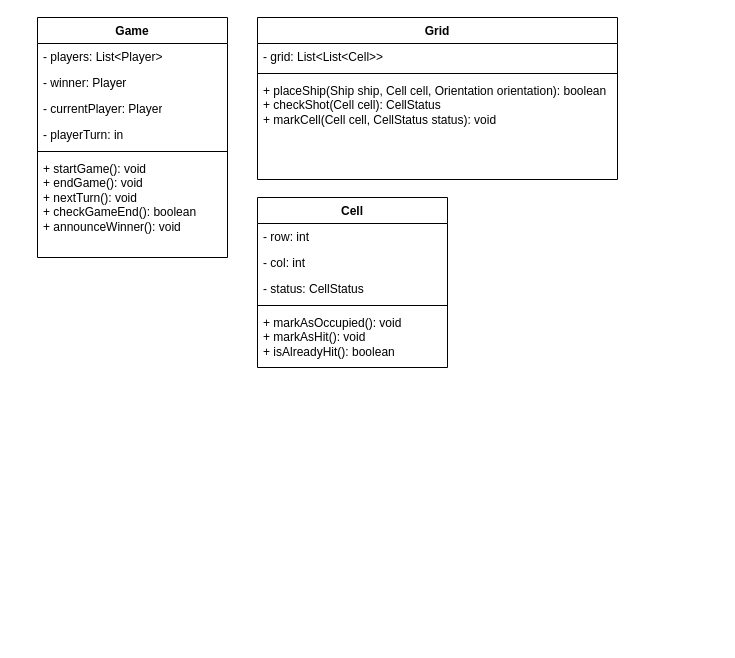
Above: Battleship-game.drawio in geeky-sanjay/Schema (draw.io), before the change. Source tidied: cells renumbered, new cells numbered last; positions are measured from the earlier drawing's top-left corner, leaving out a move shared by most shapes. Both pictures are drawn from the tidied source at 100%, with x=0, y=0 at pixel (37, 17).
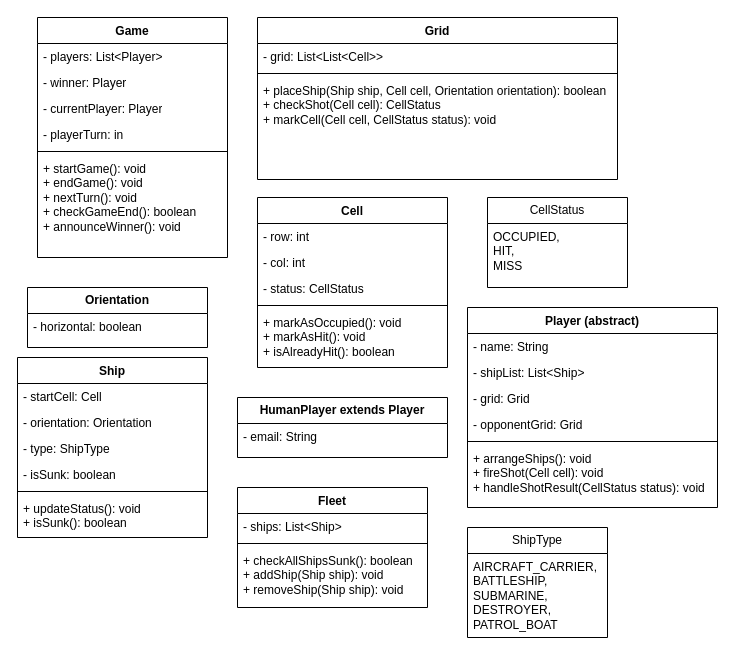
Above is the later version.

Diff of the diagram source:
```diff
@@
+    <mxCell id="19" value="CellStatus" style="swimlane;fontStyle=0;horizontal=1;startSize=26;fillColor=none;whiteSpace=wrap;html=1;" parent="1" vertex="1">
+      <mxGeometry x="450" y="180" width="140" height="90" as="geometry" />
+    </mxCell>
+    <mxCell id="20" value="OCCUPIED,&amp;nbsp;&lt;div&gt;HIT,&amp;nbsp;&lt;/div&gt;&lt;div&gt;MISS&lt;/div&gt;" style="text;strokeColor=none;fillColor=none;align=left;verticalAlign=top;spacingLeft=4;spacingRight=4;overflow=hidden;whiteSpace=wrap;html=1;" parent="19" vertex="1">
+      <mxGeometry y="26" width="140" height="64" as="geometry" />
+    </mxCell>
+    <mxCell id="21" value="Player (abstract)" style="swimlane;fontStyle=1;align=center;verticalAlign=top;horizontal=1;startSize=26;whiteSpace=wrap;html=1;" parent="1" vertex="1">
+      <mxGeometry x="430" y="290" width="250" height="200" as="geometry" />
+    </mxCell>
+    <mxCell id="22" value="- name: String" style="text;strokeColor=none;fillColor=none;align=left;verticalAlign=top;spacingLeft=4;spacingRight=4;overflow=hidden;whiteSpace=wrap;html=1;" parent="21" vertex="1">
+      <mxGeometry y="26" width="250" height="26" as="geometry" />
+    </mxCell>
+    <mxCell id="23" value="- shipList: List&amp;lt;Ship&amp;gt;" style="text;strokeColor=none;fillColor=none;align=left;verticalAlign=top;spacingLeft=4;spacingRight=4;overflow=hidden;whiteSpace=wrap;html=1;" parent="21" vertex="1">
+      <mxGeometry y="52" width="250" height="26" as="geometry" />
+    </mxCell>
+    <mxCell id="24" value="- grid: Grid" style="text;strokeColor=none;fillColor=none;align=left;verticalAlign=top;spacingLeft=4;spacingRight=4;overflow=hidden;whiteSpace=wrap;html=1;" parent="21" vertex="1">
+      <mxGeometry y="78" width="250" height="26" as="geometry" />
+    </mxCell>
+    <mxCell id="25" value="- opponentGrid: Grid" style="text;strokeColor=none;fillColor=none;align=left;verticalAlign=top;spacingLeft=4;spacingRight=4;overflow=hidden;whiteSpace=wrap;html=1;" parent="21" vertex="1">
+      <mxGeometry y="104" width="250" height="26" as="geometry" />
+    </mxCell>
+    <mxCell id="26" style="line;strokeWidth=1;fillColor=none;align=left;verticalAlign=middle;spacingTop=-1;spacingLeft=3;spacingRight=3;labelPosition=right;strokeColor=inherit;" parent="21" vertex="1">
+      <mxGeometry y="130" width="250" height="8" as="geometry" />
+    </mxCell>
+    <mxCell id="27" value="&lt;div&gt;&lt;span style=&quot;font-size: 12px;&quot;&gt;+ arrangeShips(): void&lt;/span&gt;&lt;/div&gt;&lt;div&gt;&lt;span style=&quot;font-size: 12px;&quot;&gt;+ fireShot(Cell cell): void&lt;/span&gt;&lt;/div&gt;&lt;div&gt;&lt;span style=&quot;font-size: 12px;&quot;&gt;+ handleShotResult(CellStatus status): void&lt;/span&gt;&lt;/div&gt;" style="text;strokeColor=none;fillColor=none;align=left;verticalAlign=top;spacingLeft=4;spacingRight=4;overflow=hidden;whiteSpace=wrap;html=1;" parent="21" vertex="1">
+      <mxGeometry y="138" width="250" height="62" as="geometry" />
+    </mxCell>
+    <mxCell id="28" value="&lt;b&gt;HumanPlayer extends Player&lt;/b&gt;" style="swimlane;fontStyle=0;horizontal=1;startSize=26;fillColor=none;whiteSpace=wrap;html=1;" parent="1" vertex="1">
+      <mxGeometry x="200" y="380" width="210" height="60" as="geometry" />
+    </mxCell>
+    <mxCell id="29" value="&lt;span style=&quot;font-size: 12px;&quot;&gt;- email: String&lt;/span&gt;" style="text;strokeColor=none;fillColor=none;align=left;verticalAlign=top;spacingLeft=4;spacingRight=4;overflow=hidden;whiteSpace=wrap;html=1;" parent="28" vertex="1">
+      <mxGeometry y="26" width="210" height="34" as="geometry" />
+    </mxCell>
+    <mxCell id="30" value="&lt;span style=&quot;font-size: 12px;&quot;&gt;&lt;b&gt;Orientation&lt;/b&gt;&lt;/span&gt;" style="swimlane;fontStyle=0;horizontal=1;startSize=26;fillColor=none;whiteSpace=wrap;html=1;" parent="1" vertex="1">
+      <mxGeometry x="-10" y="270" width="180" height="60" as="geometry" />
+    </mxCell>
+    <mxCell id="31" value="&lt;span style=&quot;font-size: 12px;&quot;&gt;- horizontal: boolean&lt;/span&gt;" style="text;strokeColor=none;fillColor=none;align=left;verticalAlign=top;spacingLeft=4;spacingRight=4;overflow=hidden;whiteSpace=wrap;html=1;" parent="30" vertex="1">
+      <mxGeometry y="26" width="180" height="34" as="geometry" />
+    </mxCell>
+    <mxCell id="32" value="Ship" style="swimlane;fontStyle=1;align=center;verticalAlign=top;horizontal=1;startSize=26;whiteSpace=wrap;html=1;" parent="1" vertex="1">
+      <mxGeometry x="-20" y="340" width="190" height="180" as="geometry" />
+    </mxCell>
+    <mxCell id="33" value="- startCell: Cell" style="text;strokeColor=none;fillColor=none;align=left;verticalAlign=top;spacingLeft=4;spacingRight=4;overflow=hidden;whiteSpace=wrap;html=1;" parent="32" vertex="1">
+      <mxGeometry y="26" width="190" height="26" as="geometry" />
+    </mxCell>
+    <mxCell id="34" value="- orientation: Orientation" style="text;strokeColor=none;fillColor=none;align=left;verticalAlign=top;spacingLeft=4;spacingRight=4;overflow=hidden;whiteSpace=wrap;html=1;" parent="32" vertex="1">
+      <mxGeometry y="52" width="190" height="26" as="geometry" />
+    </mxCell>
+    <mxCell id="35" value="- type: ShipType" style="text;strokeColor=none;fillColor=none;align=left;verticalAlign=top;spacingLeft=4;spacingRight=4;overflow=hidden;whiteSpace=wrap;html=1;" parent="32" vertex="1">
+      <mxGeometry y="78" width="190" height="26" as="geometry" />
+    </mxCell>
+    <mxCell id="36" value="- isSunk: boolean" style="text;strokeColor=none;fillColor=none;align=left;verticalAlign=top;spacingLeft=4;spacingRight=4;overflow=hidden;whiteSpace=wrap;html=1;" parent="32" vertex="1">
+      <mxGeometry y="104" width="190" height="26" as="geometry" />
+    </mxCell>
+    <mxCell id="37" style="line;strokeWidth=1;fillColor=none;align=left;verticalAlign=middle;spacingTop=-1;spacingLeft=3;spacingRight=3;labelPosition=right;strokeColor=inherit;" parent="32" vertex="1">
+      <mxGeometry y="130" width="190" height="8" as="geometry" />
+    </mxCell>
+    <mxCell id="38" value="&lt;div&gt;&lt;span style=&quot;font-size: 12px;&quot;&gt;+ updateStatus(): void&lt;/span&gt;&lt;/div&gt;&lt;div&gt;&lt;span style=&quot;font-size: 12px;&quot;&gt;+ isSunk(): boolean&lt;/span&gt;&lt;/div&gt;" style="text;strokeColor=none;fillColor=none;align=left;verticalAlign=top;spacingLeft=4;spacingRight=4;overflow=hidden;whiteSpace=wrap;html=1;" parent="32" vertex="1">
+      <mxGeometry y="138" width="190" height="42" as="geometry" />
+    </mxCell>
+    <mxCell id="39" value="Fleet" style="swimlane;fontStyle=1;align=center;verticalAlign=top;horizontal=1;startSize=26;whiteSpace=wrap;html=1;" parent="1" vertex="1">
+      <mxGeometry x="200" y="470" width="190" height="120" as="geometry" />
+    </mxCell>
+    <mxCell id="40" value="- ships: List&amp;lt;Ship&amp;gt;" style="text;strokeColor=none;fillColor=none;align=left;verticalAlign=top;spacingLeft=4;spacingRight=4;overflow=hidden;whiteSpace=wrap;html=1;" parent="39" vertex="1">
+      <mxGeometry y="26" width="190" height="26" as="geometry" />
+    </mxCell>
+    <mxCell id="41" style="line;strokeWidth=1;fillColor=none;align=left;verticalAlign=middle;spacingTop=-1;spacingLeft=3;spacingRight=3;labelPosition=right;strokeColor=inherit;" parent="39" vertex="1">
+      <mxGeometry y="52" width="190" height="8" as="geometry" />
+    </mxCell>
+    <mxCell id="42" value="&lt;div&gt;&lt;span style=&quot;font-size: 12px;&quot;&gt;+ checkAllShipsSunk(): boolean&lt;/span&gt;&lt;/div&gt;&lt;div&gt;&lt;span style=&quot;font-size: 12px;&quot;&gt;+ addShip(Ship ship): void&lt;/span&gt;&lt;/div&gt;&lt;div&gt;&lt;span style=&quot;font-size: 12px;&quot;&gt;+ removeShip(Ship ship): void&lt;/span&gt;&lt;/div&gt;" style="text;strokeColor=none;fillColor=none;align=left;verticalAlign=top;spacingLeft=4;spacingRight=4;overflow=hidden;whiteSpace=wrap;html=1;" parent="39" vertex="1">
+      <mxGeometry y="60" width="190" height="60" as="geometry" />
+    </mxCell>
+    <mxCell id="43" value="ShipType" style="swimlane;fontStyle=0;horizontal=1;startSize=26;fillColor=none;whiteSpace=wrap;html=1;" parent="1" vertex="1">
+      <mxGeometry x="430" y="510" width="140" height="110" as="geometry" />
+    </mxCell>
+    <mxCell id="44" value="&lt;div&gt;&lt;span style=&quot;font-size: 12px;&quot;&gt;AIRCRAFT_CARRIER,&amp;nbsp;&lt;/span&gt;&lt;/div&gt;&lt;div&gt;&lt;span style=&quot;font-size: 12px;&quot;&gt;BATTLESHIP,&lt;/span&gt;&lt;/div&gt;&lt;div&gt;&lt;span style=&quot;font-size: 12px;&quot;&gt;SUBMARINE,&amp;nbsp;&lt;/span&gt;&lt;/div&gt;&lt;div&gt;&lt;span style=&quot;font-size: 12px;&quot;&gt;DESTROYER,&amp;nbsp;&lt;/span&gt;&lt;/div&gt;&lt;div&gt;&lt;span style=&quot;font-size: 12px;&quot;&gt;PATROL_BOAT&lt;/span&gt;&lt;/div&gt;" style="text;strokeColor=none;fillColor=none;align=left;verticalAlign=top;spacingLeft=4;spacingRight=4;overflow=hidden;whiteSpace=wrap;html=1;" parent="43" vertex="1">
+      <mxGeometry y="26" width="140" height="84" as="geometry" />
+    </mxCell>
```
